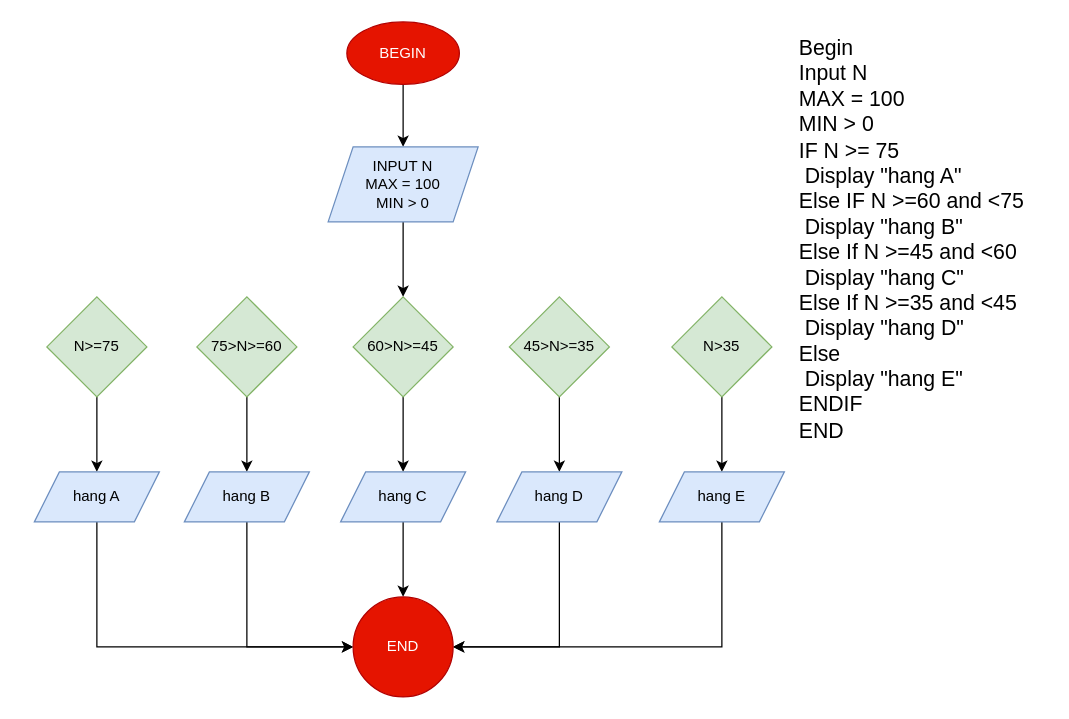
Before: ss3_ma_gia_luu_do/xếp hạng sinh viên.drawio in phanquocsang97/C0423G1-PhanQuocSang, a draw.io diagram. Source tidied: cells renumbered, new cells numbered last; positions are measured from the earlier drawing's top-left corner, leaving out a move shared by most shapes. Both pictures are drawn from the tidied source at 125%, with x=0, y=0 at pixel (34, 21).
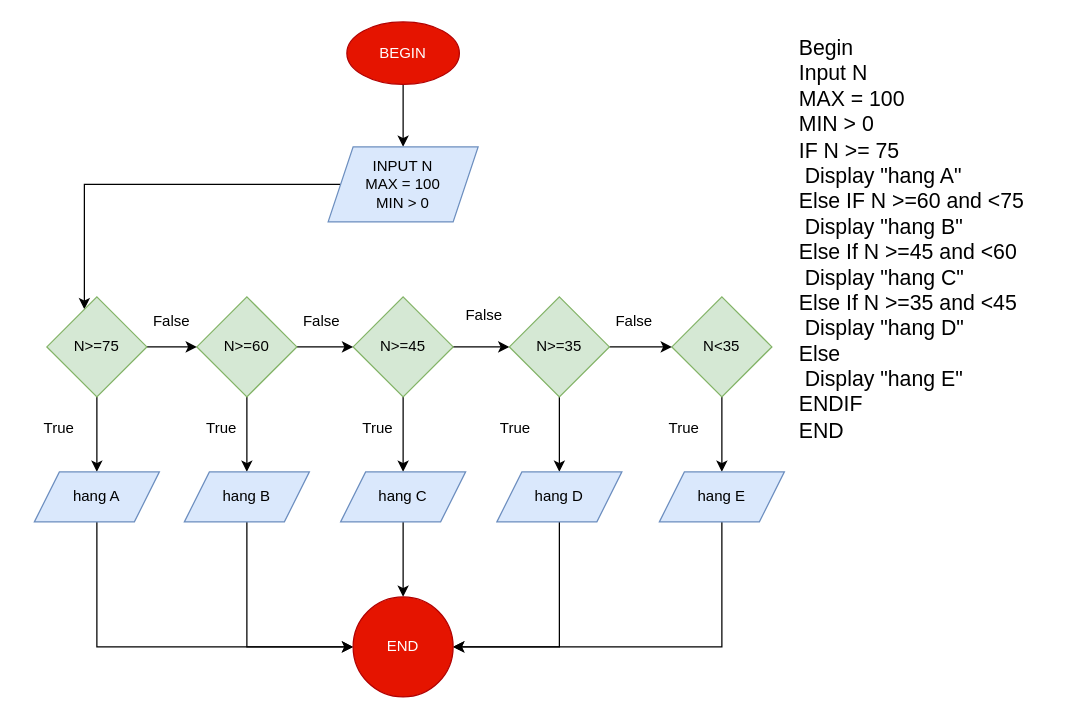
The same page after the edit.

The change refers to these unchanged cells:
```xml
<mxCell id="5" value="INPUT N&lt;br&gt;MAX = 100&lt;br&gt;MIN &amp;gt; 0" style="shape=parallelogram;perimeter=parallelogramPerimeter;whiteSpace=wrap;html=1;fixedSize=1;fillColor=#dae8fc;strokeColor=#6c8ebf;" parent="1" vertex="1">
  <mxGeometry x="235" y="100" width="120" height="60" as="geometry" />
</mxCell>
<mxCell id="11" value="N&amp;gt;=75" style="rhombus;whiteSpace=wrap;html=1;fillColor=#d5e8d4;strokeColor=#82b366;" parent="1" vertex="1">
  <mxGeometry x="10" y="220" width="80" height="80" as="geometry" />
</mxCell>
```

The edit, as a diff of the source:
```diff
@@
-    <mxCell id="4" style="edgeStyle=orthogonalEdgeStyle;rounded=0;jettySize=auto;html=1;" parent="1" edge="1" source="5" target="7">
-      <mxGeometry relative="1" as="geometry" />
+    <mxCell id="4" style="edgeStyle=orthogonalEdgeStyle;rounded=0;jettySize=auto;html=1;" parent="1" edge="1" source="5" target="11">
+      <mxGeometry relative="1" as="geometry">
+        <Array as="points">
+          <mxPoint x="40" y="130" />
+        </Array>
+      </mxGeometry>
     </mxCell>
@@
+    <mxCell id="28" style="edgeStyle=orthogonalEdgeStyle;rounded=0;jettySize=auto;html=1;" parent="1" edge="1" source="7" target="15">
+      <mxGeometry relative="1" as="geometry" />
+    </mxCell>
-    <mxCell id="7" value="60&amp;gt;N&amp;gt;=45" style="rhombus;whiteSpace=wrap;html=1;fillColor=#d5e8d4;strokeColor=#82b366;" parent="1" vertex="1">
+    <mxCell id="7" value="N&amp;gt;=45" style="rhombus;whiteSpace=wrap;html=1;fillColor=#d5e8d4;strokeColor=#82b366;" parent="1" vertex="1">
       <mxGeometry x="255" y="220" width="80" height="80" as="geometry" />
     </mxCell>
@@
+    <mxCell id="29" style="edgeStyle=orthogonalEdgeStyle;rounded=0;jettySize=auto;html=1;" parent="1" edge="1" source="9" target="7">
+      <mxGeometry relative="1" as="geometry" />
+    </mxCell>
-    <mxCell id="9" value="75&amp;gt;N&amp;gt;=60" style="rhombus;whiteSpace=wrap;html=1;fillColor=#d5e8d4;strokeColor=#82b366;" parent="1" vertex="1">
+    <mxCell id="9" value="N&amp;gt;=60" style="rhombus;whiteSpace=wrap;html=1;fillColor=#d5e8d4;strokeColor=#82b366;" parent="1" vertex="1">
       <mxGeometry x="130" y="220" width="80" height="80" as="geometry" />
     </mxCell>
@@
+    <mxCell id="30" style="edgeStyle=orthogonalEdgeStyle;rounded=0;jettySize=auto;html=1;" parent="1" edge="1" source="11" target="9">
+      <mxGeometry relative="1" as="geometry" />
+    </mxCell>
@@
-    <mxCell id="13" value="N&amp;gt;35" style="rhombus;whiteSpace=wrap;html=1;fillColor=#d5e8d4;strokeColor=#82b366;" parent="1" vertex="1">
+    <mxCell id="13" value="N&amp;lt;35" style="rhombus;whiteSpace=wrap;html=1;fillColor=#d5e8d4;strokeColor=#82b366;" parent="1" vertex="1">
       <mxGeometry x="510" y="220" width="80" height="80" as="geometry" />
     </mxCell>
@@
+    <mxCell id="31" style="edgeStyle=orthogonalEdgeStyle;rounded=0;jettySize=auto;html=1;" parent="1" edge="1" source="15" target="13">
+      <mxGeometry relative="1" as="geometry" />
+    </mxCell>
-    <mxCell id="15" value="45&amp;gt;N&amp;gt;=35" style="rhombus;whiteSpace=wrap;html=1;fillColor=#d5e8d4;strokeColor=#82b366;" parent="1" vertex="1">
+    <mxCell id="15" value="N&amp;gt;=35" style="rhombus;whiteSpace=wrap;html=1;fillColor=#d5e8d4;strokeColor=#82b366;" parent="1" vertex="1">
       <mxGeometry x="380" y="220" width="80" height="80" as="geometry" />
     </mxCell>
@@
+    <mxCell id="32" value="True&lt;br&gt;" style="text;html=1;strokeColor=none;fillColor=none;align=center;verticalAlign=middle;whiteSpace=wrap;rounded=0;" parent="1" vertex="1">
+      <mxGeometry x="-10" y="310" width="60" height="30" as="geometry" />
+    </mxCell>
+    <mxCell id="33" value="True&lt;br&gt;" style="text;html=1;strokeColor=none;fillColor=none;align=center;verticalAlign=middle;whiteSpace=wrap;rounded=0;" parent="1" vertex="1">
+      <mxGeometry x="490" y="310" width="60" height="30" as="geometry" />
+    </mxCell>
+    <mxCell id="34" value="True&lt;br&gt;" style="text;html=1;strokeColor=none;fillColor=none;align=center;verticalAlign=middle;whiteSpace=wrap;rounded=0;" parent="1" vertex="1">
+      <mxGeometry x="355" y="310" width="60" height="30" as="geometry" />
+    </mxCell>
+    <mxCell id="35" value="True&lt;br&gt;" style="text;html=1;strokeColor=none;fillColor=none;align=center;verticalAlign=middle;whiteSpace=wrap;rounded=0;" parent="1" vertex="1">
+      <mxGeometry x="245" y="310" width="60" height="30" as="geometry" />
+    </mxCell>
+    <mxCell id="36" value="True&lt;br&gt;" style="text;html=1;strokeColor=none;fillColor=none;align=center;verticalAlign=middle;whiteSpace=wrap;rounded=0;" parent="1" vertex="1">
+      <mxGeometry x="120" y="310" width="60" height="30" as="geometry" />
+    </mxCell>
+    <mxCell id="37" value="False" style="text;html=1;strokeColor=none;fillColor=none;align=center;verticalAlign=middle;whiteSpace=wrap;rounded=0;" parent="1" vertex="1">
+      <mxGeometry x="80" y="225" width="60" height="30" as="geometry" />
+    </mxCell>
+    <mxCell id="38" value="False" style="text;html=1;strokeColor=none;fillColor=none;align=center;verticalAlign=middle;whiteSpace=wrap;rounded=0;" parent="1" vertex="1">
+      <mxGeometry x="450" y="225" width="60" height="30" as="geometry" />
+    </mxCell>
+    <mxCell id="39" value="False" style="text;html=1;strokeColor=none;fillColor=none;align=center;verticalAlign=middle;whiteSpace=wrap;rounded=0;" parent="1" vertex="1">
+      <mxGeometry x="330" y="220" width="60" height="30" as="geometry" />
+    </mxCell>
+    <mxCell id="40" value="False" style="text;html=1;strokeColor=none;fillColor=none;align=center;verticalAlign=middle;whiteSpace=wrap;rounded=0;" parent="1" vertex="1">
+      <mxGeometry x="200" y="225" width="60" height="30" as="geometry" />
+    </mxCell>
```
